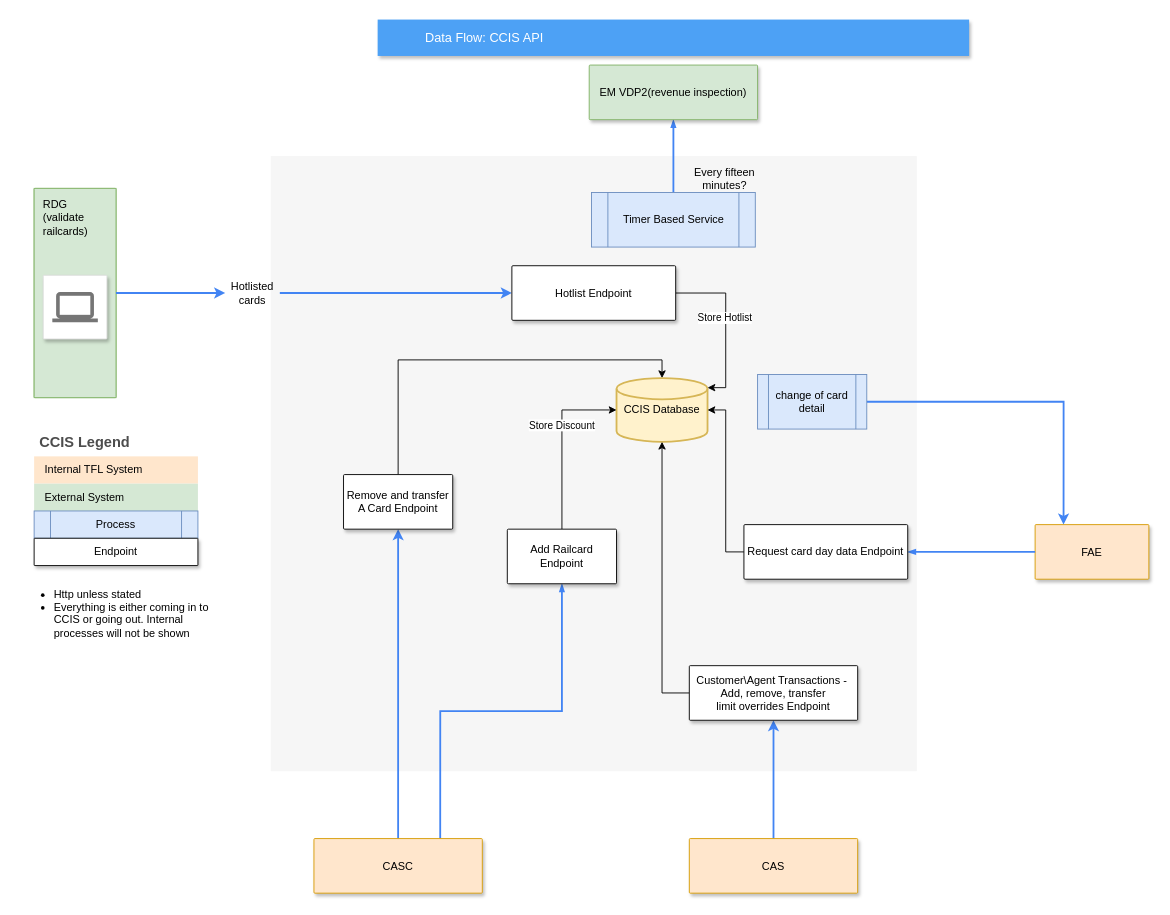
The draw.io diagram CCIS-API.drawio in mattwatts36/drawings, before the edit. Source tidied: cells renumbered, new cells numbered last; positions are measured from the earlier drawing's top-left corner, leaving out a move shared by most shapes. Both pictures are drawn from the tidied source at 91%, with x=0, y=0 at pixel (15, 19).
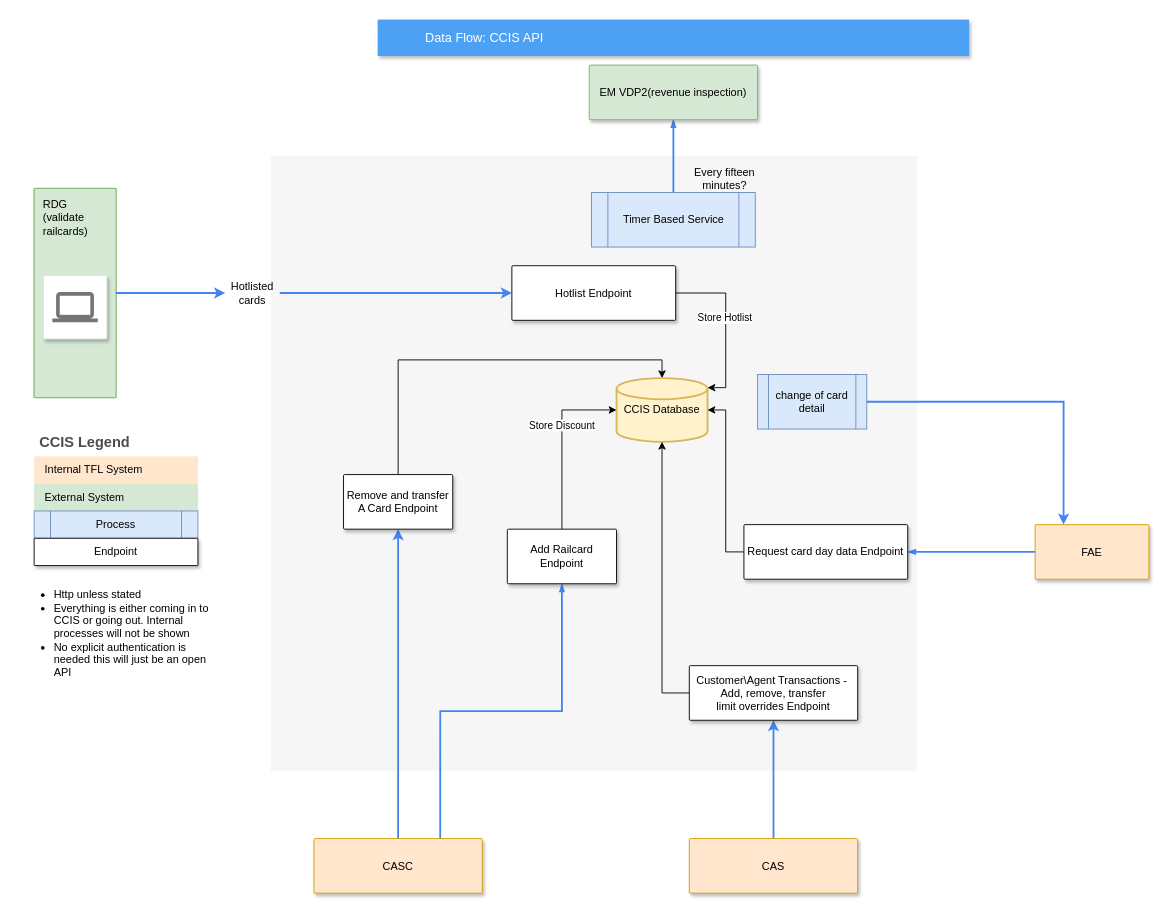
The same diagram, later.

Diff of the diagram source:
```diff
@@
-    <mxCell id="44" value="&lt;ul&gt;&lt;li&gt;Http unless stated&lt;/li&gt;&lt;li&gt;Everything is either coming in to CCIS or going out. Internal processes will not be shown&lt;/li&gt;&lt;/ul&gt;" style="text;strokeColor=none;fillColor=none;html=1;whiteSpace=wrap;verticalAlign=middle;overflow=hidden;" parent="1" vertex="1">
-      <mxGeometry y="610" width="220" height="80" as="geometry" />
+    <mxCell id="44" value="&lt;ul&gt;&lt;li&gt;Http unless stated&lt;/li&gt;&lt;li&gt;Everything is either coming in to CCIS or going out. Internal processes will not be shown&lt;/li&gt;&lt;li&gt;No explicit authentication is needed this will just be an open API&lt;/li&gt;&lt;/ul&gt;" style="text;strokeColor=none;fillColor=none;html=1;whiteSpace=wrap;verticalAlign=middle;overflow=hidden;" parent="1" vertex="1">
+      <mxGeometry y="610" width="220" height="130" as="geometry" />
     </mxCell>
```
